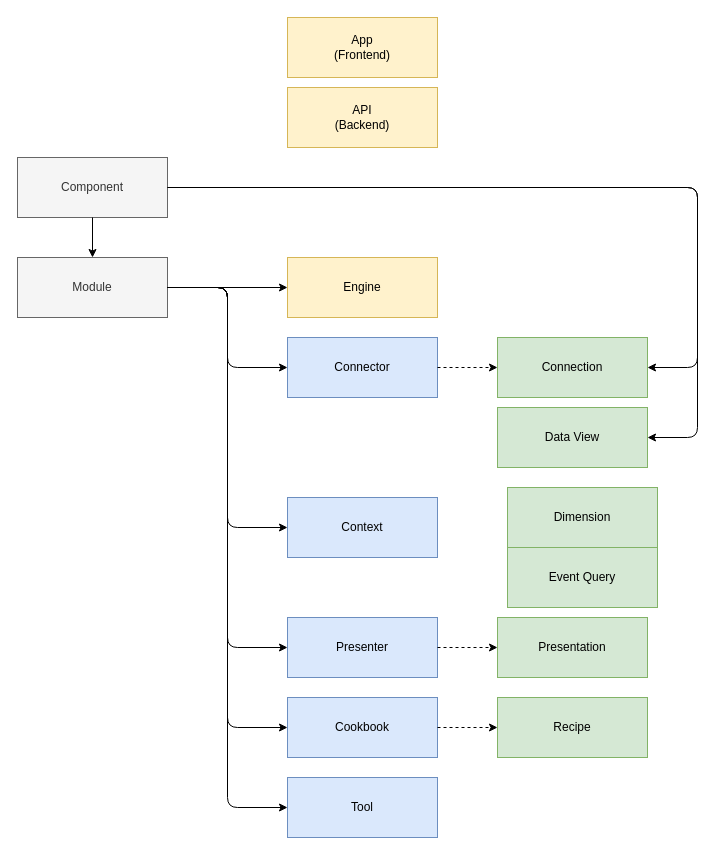
dpuse/dpuse-shared keeps this draw.io diagram as schematic.drawio. Above is the earlier version. Source tidied: cells renumbered, new cells numbered last; positions are measured from the earlier drawing's top-left corner, leaving out a move shared by most shapes. Both pictures are drawn from the tidied source at 100%, with x=0, y=0 at pixel (17, 17).
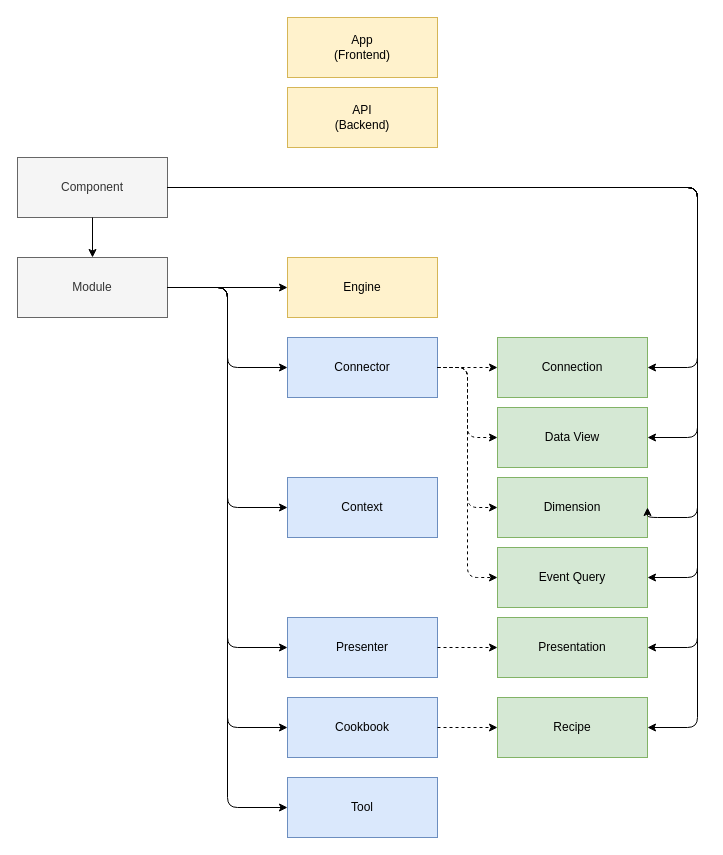
Above is the later version.

Unchanged cells that the change refers to:
```xml
<mxCell id="2" value="Component" style="rounded=0;whiteSpace=wrap;html=1;fillColor=#f5f5f5;strokeColor=#666666;fontColor=#333333;" parent="1" vertex="1">
  <mxGeometry y="140" width="150" height="60" as="geometry" />
</mxCell>
<mxCell id="9" value="Connector" style="rounded=0;whiteSpace=wrap;html=1;fillColor=#dae8fc;strokeColor=#6c8ebf;" parent="1" vertex="1">
  <mxGeometry x="270" y="320" width="150" height="60" as="geometry" />
</mxCell>
<mxCell id="18" value="Data View" style="rounded=0;whiteSpace=wrap;html=1;fillColor=#d5e8d4;strokeColor=#82b366;" parent="1" vertex="1">
  <mxGeometry x="480" y="390" width="150" height="60" as="geometry" />
</mxCell>
<mxCell id="22" value="Presentation" style="rounded=0;whiteSpace=wrap;html=1;fillColor=#d5e8d4;strokeColor=#82b366;" parent="1" vertex="1">
  <mxGeometry x="480" y="600" width="150" height="60" as="geometry" />
</mxCell>
<mxCell id="23" value="Recipe" style="rounded=0;whiteSpace=wrap;html=1;fillColor=#d5e8d4;strokeColor=#82b366;" parent="1" vertex="1">
  <mxGeometry x="480" y="680" width="150" height="60" as="geometry" />
</mxCell>
```

Diff of the diagram source:
```diff
@@
     <mxCell id="5" value="Context" style="rounded=0;whiteSpace=wrap;html=1;fillColor=#dae8fc;strokeColor=#6c8ebf;" parent="1" vertex="1">
-      <mxGeometry x="270" y="480" width="150" height="60" as="geometry" />
+      <mxGeometry x="270" y="460" width="150" height="60" as="geometry" />
     </mxCell>
@@
     <mxCell id="28" value="Event Query" style="rounded=0;whiteSpace=wrap;html=1;fillColor=#d5e8d4;strokeColor=#82b366;" parent="1" vertex="1">
-      <mxGeometry x="490" y="530" width="150" height="60" as="geometry" />
+      <mxGeometry x="480" y="530" width="150" height="60" as="geometry" />
     </mxCell>
     <mxCell id="29" value="Dimension" style="rounded=0;whiteSpace=wrap;html=1;fillColor=#d5e8d4;strokeColor=#82b366;" parent="1" vertex="1">
-      <mxGeometry x="490" y="470" width="150" height="60" as="geometry" />
+      <mxGeometry x="480" y="460" width="150" height="60" as="geometry" />
     </mxCell>
+    <mxCell id="30" style="endArrow=classic;startArrow=none;html=1;exitX=1;exitY=0.5;exitDx=0;exitDy=0;startFill=0;edgeStyle=orthogonalEdgeStyle;entryX=1;entryY=0.5;entryDx=0;entryDy=0;" parent="1" edge="1" source="2" target="29">
+      <mxGeometry relative="1" as="geometry">
+        <Array as="points">
+          <mxPoint x="680" y="170" />
+          <mxPoint x="680" y="500" />
+        </Array>
+      </mxGeometry>
+    </mxCell>
+    <mxCell id="31" style="endArrow=classic;startArrow=none;html=1;exitX=1;exitY=0.5;exitDx=0;exitDy=0;startFill=0;edgeStyle=orthogonalEdgeStyle;entryX=1;entryY=0.5;entryDx=0;entryDy=0;" parent="1" edge="1" source="2" target="28">
+      <mxGeometry relative="1" as="geometry">
+        <Array as="points">
+          <mxPoint x="680" y="170" />
+          <mxPoint x="680" y="560" />
+        </Array>
+      </mxGeometry>
+    </mxCell>
+    <mxCell id="32" style="endArrow=classic;startArrow=none;html=1;exitX=1;exitY=0.5;exitDx=0;exitDy=0;startFill=0;edgeStyle=orthogonalEdgeStyle;entryX=1;entryY=0.5;entryDx=0;entryDy=0;" parent="1" edge="1" source="2" target="23">
+      <mxGeometry relative="1" as="geometry">
+        <Array as="points">
+          <mxPoint x="680" y="170" />
+          <mxPoint x="680" y="710" />
+        </Array>
+      </mxGeometry>
+    </mxCell>
+    <mxCell id="33" style="endArrow=classic;startArrow=none;html=1;exitX=1;exitY=0.5;exitDx=0;exitDy=0;startFill=0;edgeStyle=orthogonalEdgeStyle;entryX=1;entryY=0.5;entryDx=0;entryDy=0;" parent="1" edge="1" source="2" target="22">
+      <mxGeometry relative="1" as="geometry">
+        <Array as="points">
+          <mxPoint x="680" y="170" />
+          <mxPoint x="680" y="630" />
+        </Array>
+      </mxGeometry>
+    </mxCell>
+    <mxCell id="34" style="endArrow=classic;startArrow=none;html=1;entryX=0;entryY=0.5;entryDx=0;entryDy=0;startFill=0;edgeStyle=orthogonalEdgeStyle;dashed=1;exitX=1;exitY=0.5;exitDx=0;exitDy=0;" parent="1" edge="1" source="9" target="18">
+      <mxGeometry relative="1" as="geometry" />
+    </mxCell>
+    <mxCell id="35" style="endArrow=classic;startArrow=none;html=1;entryX=0;entryY=0.5;entryDx=0;entryDy=0;startFill=0;edgeStyle=orthogonalEdgeStyle;dashed=1;exitX=1;exitY=0.5;exitDx=0;exitDy=0;" parent="1" edge="1" source="9" target="29">
+      <mxGeometry relative="1" as="geometry" />
+    </mxCell>
+    <mxCell id="36" style="endArrow=classic;startArrow=none;html=1;entryX=0;entryY=0.5;entryDx=0;entryDy=0;startFill=0;edgeStyle=orthogonalEdgeStyle;dashed=1;exitX=1;exitY=0.5;exitDx=0;exitDy=0;" parent="1" edge="1" source="9" target="28">
+      <mxGeometry relative="1" as="geometry" />
+    </mxCell>
```
